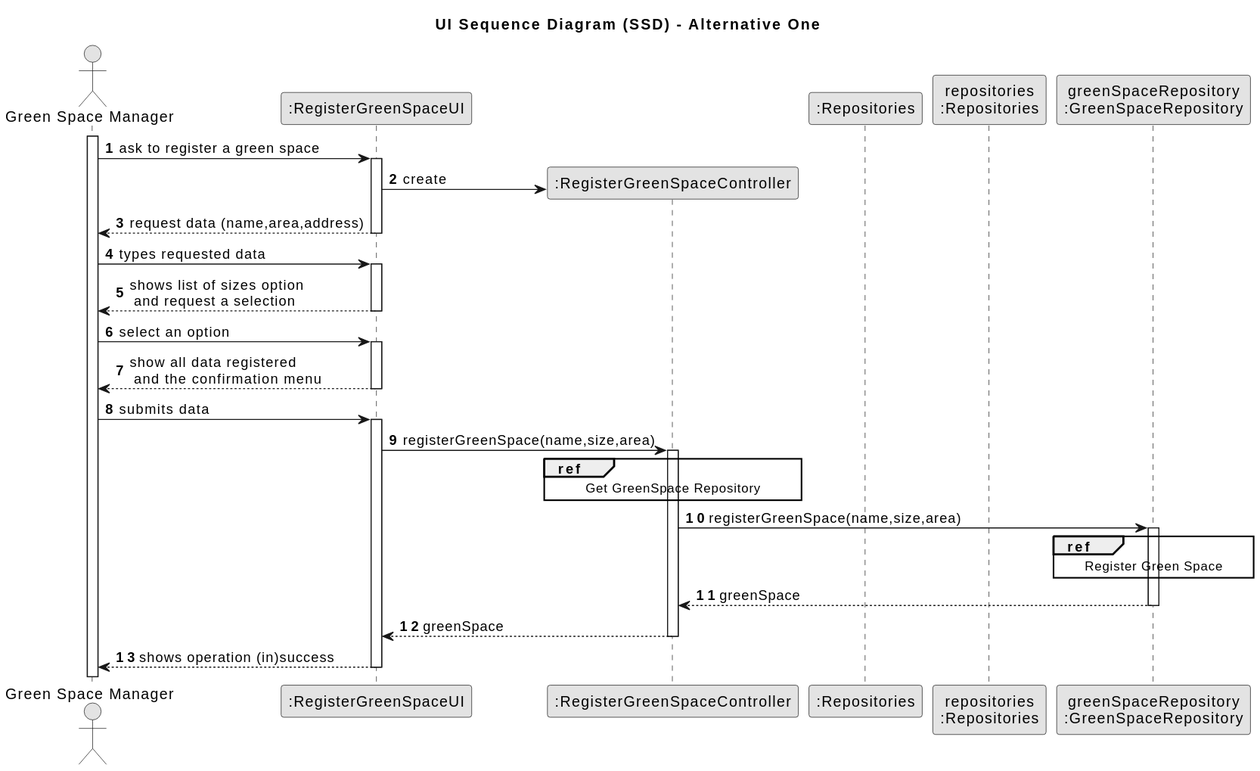
Before: docs/sprintC/us020/03.design/svg/us020-sequence-diagram-split.svg, a diagram exported from PlantUML (SAEmanuel/Green_Spaces_Management_ISEP).
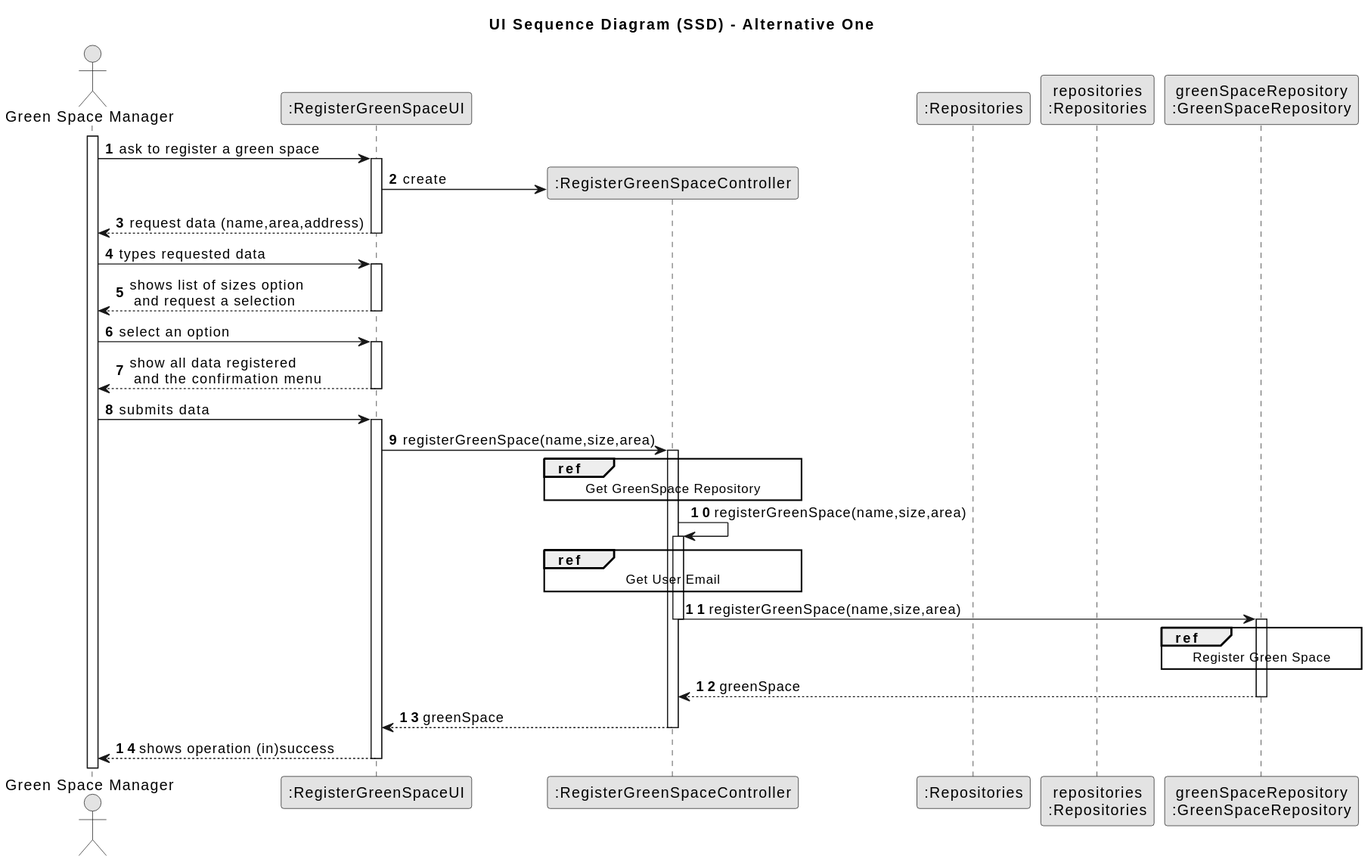
The same file after the commit.

The edit, as a diff of the source:
```diff
@@ -51,7 +51,16 @@
     Get GreenSpace Repository
     end ref
 
-    CTRL -> greenSpaceRepository : registerGreenSpace(name,size,area)
+    CTRL -> CTRL : registerGreenSpace(name,size,area)
+        activate CTRL
+
+            ref over CTRL
+                Get User Email
+            end ref
+
+            CTRL -> greenSpaceRepository : registerGreenSpace(name,size,area)
+        deactivate CTRL
+
     activate greenSpaceRepository
 
 
```
